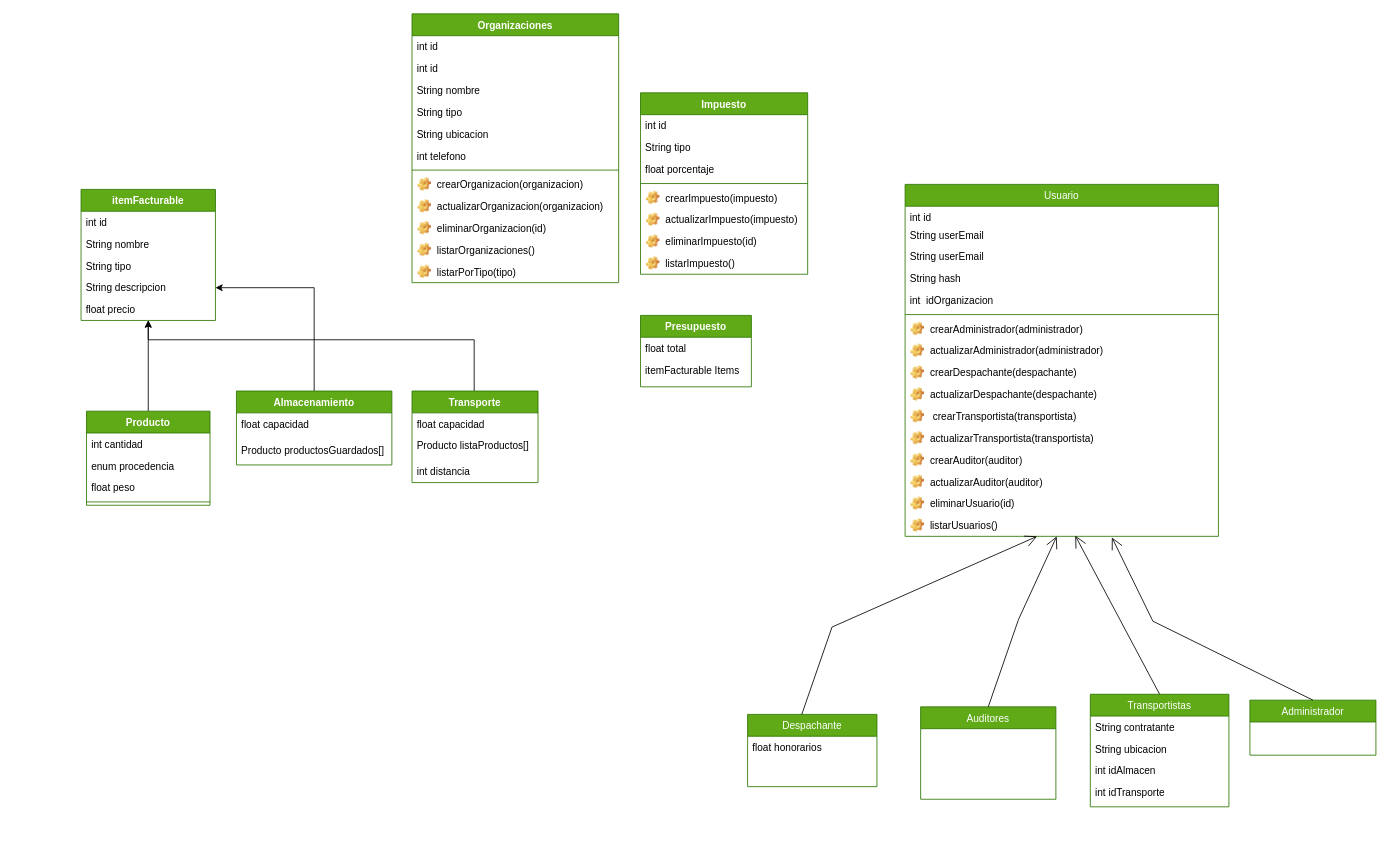
The draw.io diagram diagramaDeClases.drawio in CTroya/lp3-java-rest-backend, before the edit. Source tidied: cells renumbered, new cells numbered last; positions are measured from the earlier drawing's top-left corner, leaving out a move shared by most shapes. Both pictures are drawn from the tidied source at 84%, with x=0, y=0 at pixel (81, 13).
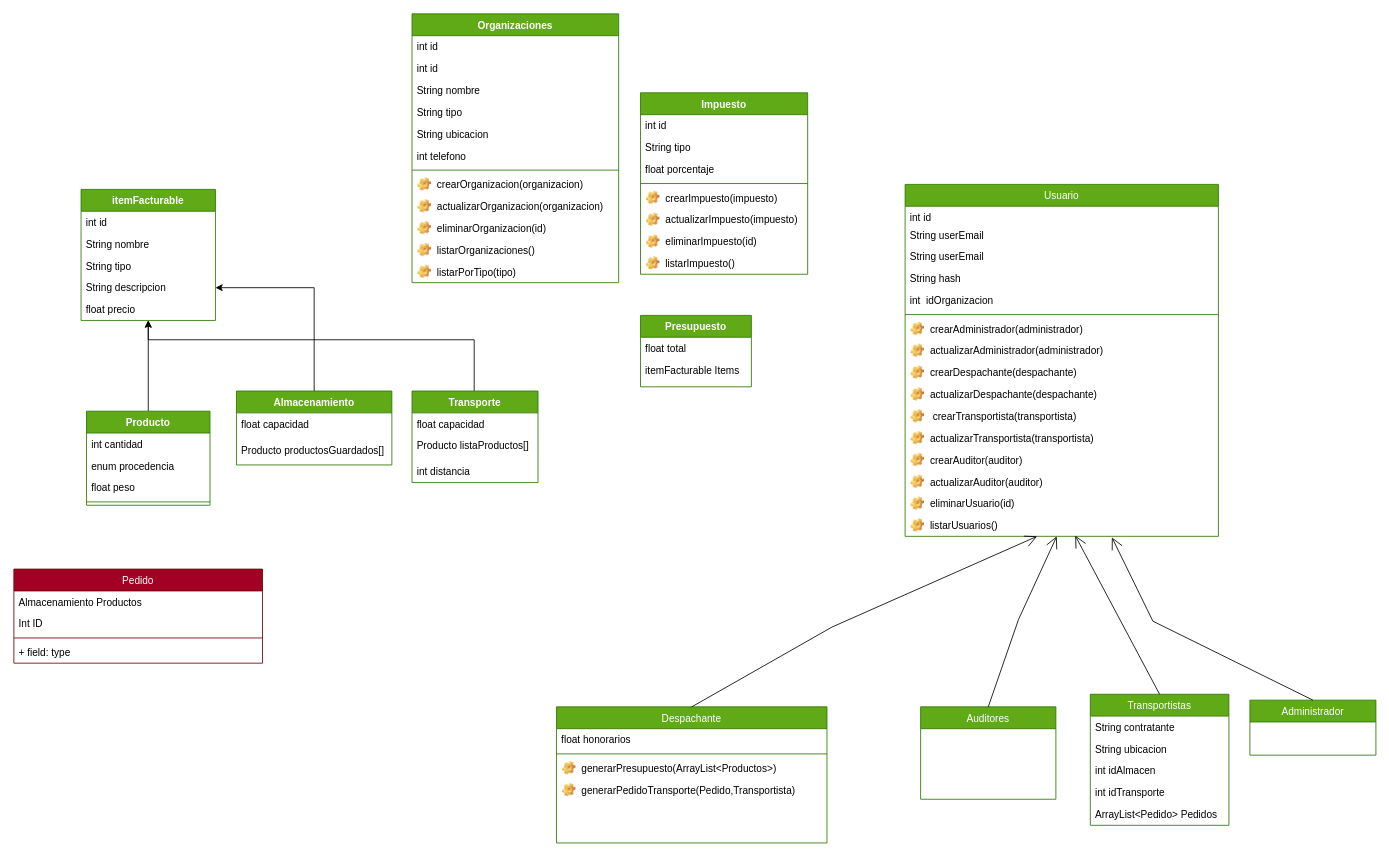
The same diagram, later.

Commit message:
I summon the Hall of Tortured Souls

Unchanged cells that the change refers to:
```xml
<mxCell id="18" value="listarUsuarios()" style="label;fontStyle=0;strokeColor=none;fillColor=none;align=left;verticalAlign=top;overflow=hidden;spacingLeft=28;spacingRight=4;points=[[0,0.5],[1,0.5]];portConstraint=eastwest;imageWidth=16;imageHeight=16;image=img/clipart/Gear_128x128.png;" parent="2" vertex="1">
  <mxGeometry y="393" width="373" height="26" as="geometry" />
</mxCell>
```

What changed in the source:
```diff
@@
     <mxCell id="19" value="Despachante" style="swimlane;fontStyle=0;align=center;verticalAlign=top;horizontal=1;startSize=26;rounded=0;shadow=0;strokeWidth=1;fillColor=#60a917;strokeColor=#2D7600;fontColor=#ffffff;" parent="1" vertex="1">
-      <mxGeometry x="793.5" y="834" width="154" height="86" as="geometry" />
+      <mxGeometry x="566" y="825" width="322" height="162" as="geometry" />
     </mxCell>
     <mxCell id="20" value="float honorarios" style="text;strokeColor=none;fillColor=none;align=left;verticalAlign=top;spacingLeft=4;spacingRight=4;overflow=hidden;" parent="19" vertex="1">
-      <mxGeometry y="26" width="154" height="26" as="geometry" />
+      <mxGeometry y="26" width="322" height="26" as="geometry" />
     </mxCell>
+    <mxCell id="78" style="line;strokeWidth=1;fillColor=none;align=left;verticalAlign=middle;spacingTop=-1;spacingLeft=3;spacingRight=3;labelPosition=right;strokeColor=inherit;" parent="19" vertex="1">
+      <mxGeometry y="52" width="322" height="8" as="geometry" />
+    </mxCell>
+    <mxCell id="79" value="generarPresupuesto(ArrayList&lt;Productos&gt;)" style="label;fontStyle=0;strokeColor=none;fillColor=none;align=left;verticalAlign=top;overflow=hidden;spacingLeft=28;spacingRight=4;imageWidth=16;imageHeight=16;image=img/clipart/Gear_128x128.png;" parent="19" vertex="1">
+      <mxGeometry y="60" width="322" height="26" as="geometry" />
+    </mxCell>
+    <mxCell id="80" value="generarPedidoTransporte(Pedido,Transportista)" style="label;fontStyle=0;strokeColor=none;fillColor=none;align=left;verticalAlign=top;overflow=hidden;spacingLeft=28;spacingRight=4;imageWidth=16;imageHeight=16;image=img/clipart/Gear_128x128.png;" parent="19" vertex="1">
+      <mxGeometry y="86" width="322" height="26" as="geometry" />
+    </mxCell>
@@
     <mxCell id="22" value="Transportistas&#10;" style="swimlane;fontStyle=0;align=center;verticalAlign=top;horizontal=1;startSize=26;rounded=0;shadow=0;strokeWidth=1;fillColor=#60a917;strokeColor=#2D7600;fontColor=#ffffff;" parent="1" vertex="1">
-      <mxGeometry x="1201.5" y="810" width="165" height="134" as="geometry" />
+      <mxGeometry x="1201.5" y="810" width="165" height="156" as="geometry" />
     </mxCell>
@@
+    <mxCell id="81" value="ArrayList&lt;Pedido&gt; Pedidos" style="text;strokeColor=none;fillColor=none;align=left;verticalAlign=top;spacingLeft=4;spacingRight=4;overflow=hidden;" parent="22" vertex="1">
+      <mxGeometry y="130" width="165" height="26" as="geometry" />
+    </mxCell>
@@
-    <mxCell id="76" style="endArrow=open;endFill=1;endSize=12;html=1;rounded=0;exitX=0.5;exitY=0;exitDx=0;exitDy=0;" parent="1" edge="1" target="18">
+    <mxCell id="76" style="endArrow=open;endFill=1;endSize=12;html=1;rounded=0;exitX=0.5;exitY=0;exitDx=0;exitDy=0;" parent="1" edge="1" source="19" target="18">
       <mxGeometry relative="1" as="geometry">
-        <mxPoint x="858" y="834" as="sourcePoint" />
         <Array as="points">
           <mxPoint x="894" y="730" />
         </Array>
       </mxGeometry>
     </mxCell>
@@
+    <mxCell id="82" value="Pedido" style="swimlane;fontStyle=0;horizontal=1;startSize=26;fillColor=#a20025;fontColor=#ffffff;strokeColor=#6F0000;" parent="1" vertex="1">
+      <mxGeometry x="-80" y="661" width="296" height="112" as="geometry" />
+    </mxCell>
+    <mxCell id="83" value="Almacenamiento Productos" style="text;strokeColor=none;fillColor=none;align=left;verticalAlign=top;spacingLeft=4;spacingRight=4;overflow=hidden;" parent="82" vertex="1">
+      <mxGeometry y="26" width="296" height="26" as="geometry" />
+    </mxCell>
+    <mxCell id="84" value="Int ID" style="text;strokeColor=none;fillColor=none;align=left;verticalAlign=top;spacingLeft=4;spacingRight=4;overflow=hidden;" parent="82" vertex="1">
+      <mxGeometry y="52" width="296" height="26" as="geometry" />
+    </mxCell>
+    <mxCell id="85" style="line;strokeWidth=1;fillColor=none;align=left;verticalAlign=middle;spacingTop=-1;spacingLeft=3;spacingRight=3;labelPosition=right;strokeColor=inherit;" parent="82" vertex="1">
+      <mxGeometry y="78" width="296" height="8" as="geometry" />
+    </mxCell>
+    <mxCell id="86" value="+ field: type" style="text;strokeColor=none;fillColor=none;align=left;verticalAlign=top;spacingLeft=4;spacingRight=4;overflow=hidden;" parent="82" vertex="1">
+      <mxGeometry y="86" width="296" height="26" as="geometry" />
+    </mxCell>
```
